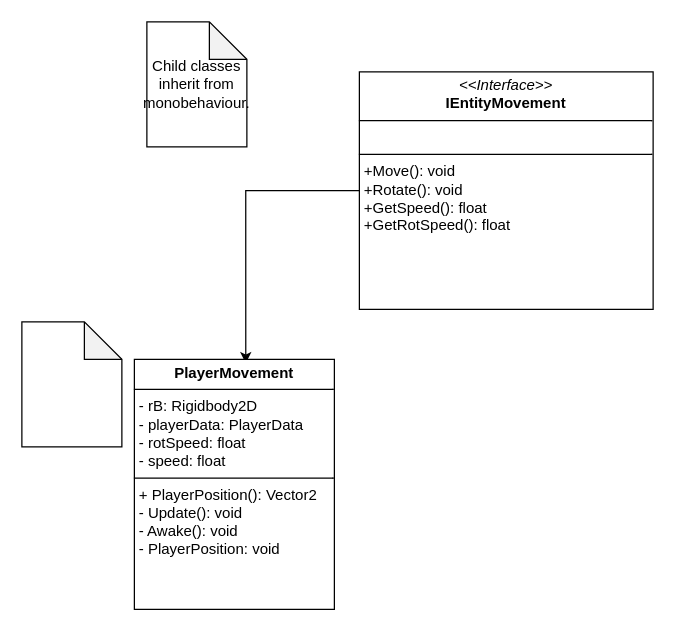
This is Assets/ScriptsUML/EntitiesMovementGraph.drawio from PugatoryRepo/LudemGame26, a draw.io file, before an edit. Source tidied: cells renumbered, new cells numbered last; positions are measured from the earlier drawing's top-left corner, leaving out a move shared by most shapes. Both pictures are drawn from the tidied source at 125%, with x=0, y=0 at pixel (21, 21).
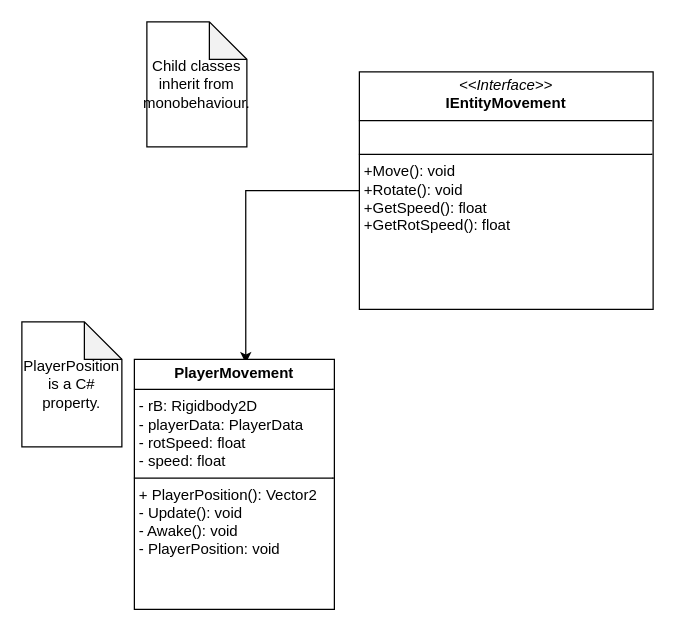
After the change.

Change to the diagram source:
```diff
@@
 <mxGraphModel>
   <root>
     <mxCell id="0" />
     <mxCell id="1" parent="0" />
     <mxCell id="2" style="edgeStyle=orthogonalEdgeStyle;rounded=0;jettySize=auto;html=1;entryX=0.557;entryY=0.016;entryDx=0;entryDy=0;entryPerimeter=0;" parent="1" edge="1" source="3" target="5">
       <mxGeometry relative="1" as="geometry" />
     </mxCell>
     <mxCell id="3" value="&lt;p style=&quot;margin:0px;margin-top:4px;text-align:center;&quot;&gt;&lt;i&gt;&amp;lt;&amp;lt;Interface&amp;gt;&amp;gt;&lt;/i&gt;&lt;br&gt;&lt;b&gt;IEntityMovement&lt;/b&gt;&lt;/p&gt;&lt;hr size=&quot;1&quot; style=&quot;border-style:solid;&quot;&gt;&lt;p style=&quot;margin:0px;margin-left:4px;&quot;&gt;&lt;br&gt;&lt;/p&gt;&lt;hr size=&quot;1&quot; style=&quot;border-style:solid;&quot;&gt;&lt;p style=&quot;margin:0px;margin-left:4px;&quot;&gt;&lt;span style=&quot;background-color: transparent; color: light-dark(rgb(0, 0, 0), rgb(255, 255, 255));&quot;&gt;+Move(): void&lt;/span&gt;&lt;/p&gt;&lt;p style=&quot;margin:0px;margin-left:4px;&quot;&gt;+Rotate(): void&lt;/p&gt;&lt;p style=&quot;margin:0px;margin-left:4px;&quot;&gt;+GetSpeed(): float&lt;br&gt;+GetRotSpeed(): float&lt;/p&gt;&lt;p style=&quot;margin:0px;margin-left:4px;&quot;&gt;&lt;br&gt;&lt;/p&gt;&lt;p style=&quot;margin:0px;margin-left:4px;&quot;&gt;&lt;br&gt;&lt;/p&gt;" style="verticalAlign=top;align=left;overflow=fill;html=1;whiteSpace=wrap;" parent="1" vertex="1">
       <mxGeometry x="270" y="40" width="235" height="190" as="geometry" />
     </mxCell>
     <mxCell id="4" value="Child classes inherit from monobehaviour." style="shape=note;whiteSpace=wrap;html=1;backgroundOutline=1;darkOpacity=0.05;" parent="1" vertex="1">
       <mxGeometry x="100" width="80" height="100" as="geometry" />
     </mxCell>
     <mxCell id="5" value="&lt;p style=&quot;margin:0px;margin-top:4px;text-align:center;&quot;&gt;&lt;b&gt;PlayerMovement&lt;/b&gt;&lt;/p&gt;&lt;hr size=&quot;1&quot; style=&quot;border-style:solid;&quot;&gt;&lt;p style=&quot;margin:0px;margin-left:4px;&quot;&gt;- rB: Rigidbody2D&lt;/p&gt;&lt;p style=&quot;margin:0px;margin-left:4px;&quot;&gt;- playerData: PlayerData&lt;/p&gt;&lt;p style=&quot;margin:0px;margin-left:4px;&quot;&gt;- rotSpeed: float&lt;/p&gt;&lt;p style=&quot;margin:0px;margin-left:4px;&quot;&gt;- speed: float&lt;/p&gt;&lt;hr size=&quot;1&quot; style=&quot;border-style:solid;&quot;&gt;&lt;p style=&quot;margin:0px;margin-left:4px;&quot;&gt;+ PlayerPosition(): Vector2&lt;/p&gt;&lt;p style=&quot;margin:0px;margin-left:4px;&quot;&gt;- Update(): void&lt;/p&gt;&lt;p style=&quot;margin:0px;margin-left:4px;&quot;&gt;- Awake(): void&lt;/p&gt;&lt;p style=&quot;margin:0px;margin-left:4px;&quot;&gt;- PlayerPosition: void&lt;/p&gt;&lt;p style=&quot;margin:0px;margin-left:4px;&quot;&gt;&lt;br&gt;&lt;/p&gt;" style="verticalAlign=top;align=left;overflow=fill;html=1;whiteSpace=wrap;" parent="1" vertex="1">
       <mxGeometry x="90" y="270" width="160" height="200" as="geometry" />
     </mxCell>
-    <mxCell id="6" style="shape=note;whiteSpace=wrap;html=1;backgroundOutline=1;darkOpacity=0.05;" parent="1" vertex="1">
+    <mxCell id="6" value="PlayerPosition&lt;div&gt;is a C# property.&lt;/div&gt;" style="shape=note;whiteSpace=wrap;html=1;backgroundOutline=1;darkOpacity=0.05;" parent="1" vertex="1">
       <mxGeometry y="240" width="80" height="100" as="geometry" />
     </mxCell>
   </root>
 </mxGraphModel>
```
